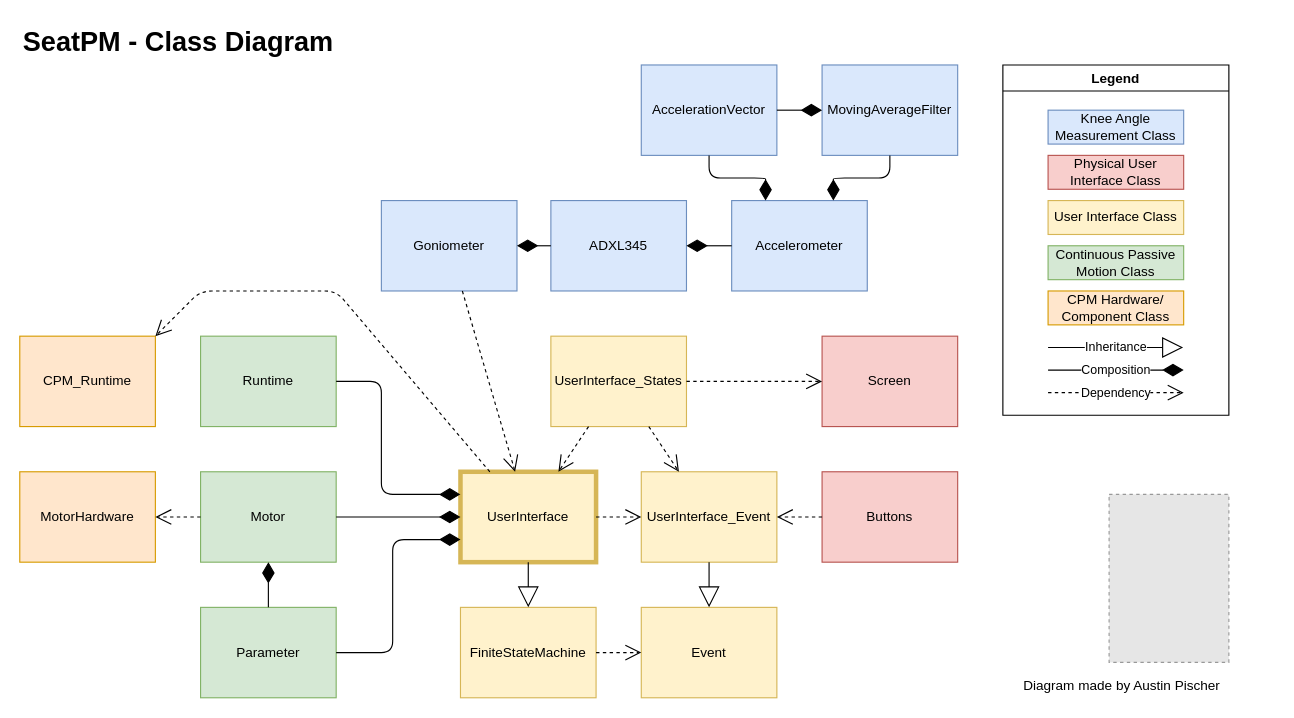
Above: Documentation/classdiagram.drawio in austinpischer/SeatPM (draw.io), before the change. Source tidied: cells renumbered, new cells numbered last; positions are measured from the earlier drawing's top-left corner, leaving out a move shared by most shapes. Both pictures are drawn from the tidied source at 113%, with x=0, y=0 at pixel (19, 19). Pictures stored in the file or linked from it are replaced by grey dashed boxes.
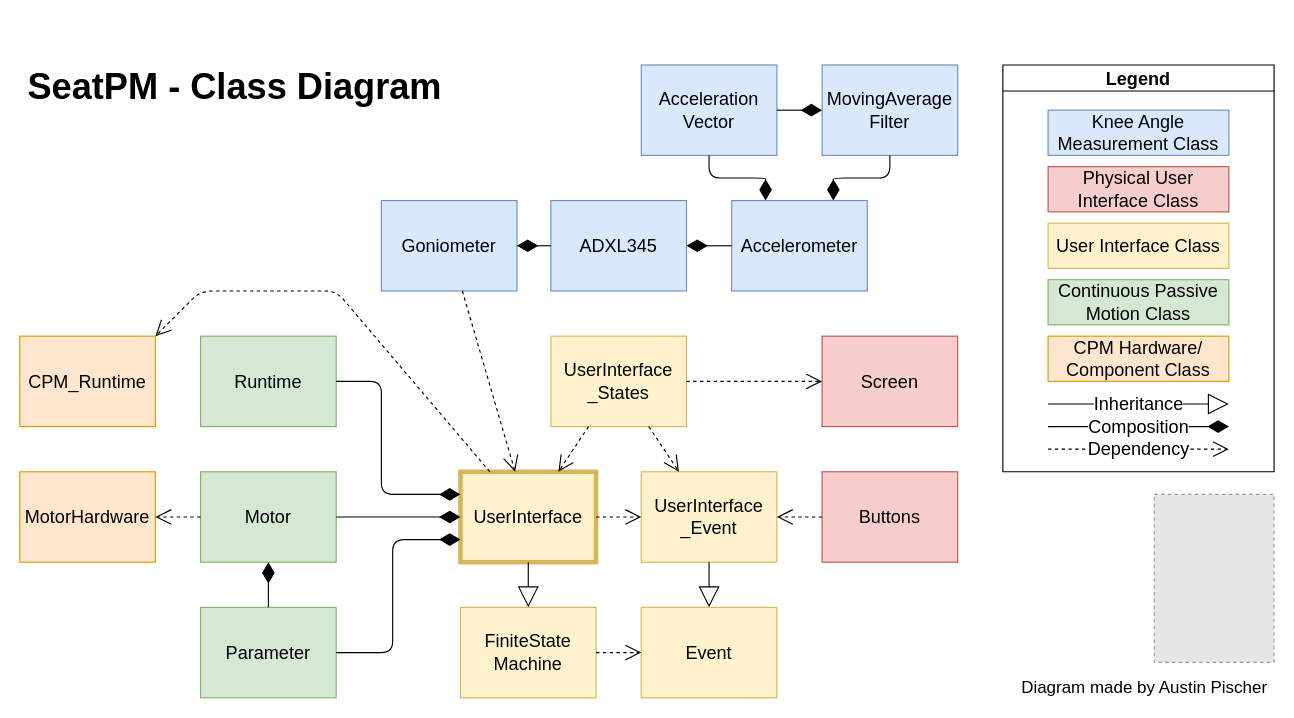
Above is the later version.

What changed in the source:
```diff
@@
-    <mxCell id="2" value="Buttons" style="rounded=0;whiteSpace=wrap;html=1;fillColor=#f8cecc;strokeColor=#b85450;" parent="1" vertex="1">
+    <mxCell id="2" value="Buttons" style="rounded=0;whiteSpace=wrap;html=1;fillColor=#f8cecc;strokeColor=#b85450;fontSize=16;horizontal=1;" parent="1" vertex="1">
       <mxGeometry x="710" y="400" width="120" height="80" as="geometry" />
     </mxCell>
-    <mxCell id="3" value="Screen" style="rounded=0;whiteSpace=wrap;html=1;fillColor=#f8cecc;strokeColor=#b85450;" parent="1" vertex="1">
+    <mxCell id="3" value="Screen" style="rounded=0;whiteSpace=wrap;html=1;fillColor=#f8cecc;strokeColor=#b85450;fontSize=16;horizontal=1;" parent="1" vertex="1">
       <mxGeometry x="710" y="280" width="120" height="80" as="geometry" />
     </mxCell>
-    <mxCell id="4" value="UserInterface" style="rounded=0;whiteSpace=wrap;html=1;strokeWidth=4;fillColor=#fff2cc;strokeColor=#d6b656;" parent="1" vertex="1">
+    <mxCell id="4" value="UserInterface" style="rounded=0;whiteSpace=wrap;html=1;strokeWidth=4;fillColor=#fff2cc;strokeColor=#d6b656;fontSize=16;horizontal=1;" parent="1" vertex="1">
       <mxGeometry x="390" y="400" width="120" height="80" as="geometry" />
     </mxCell>
-    <mxCell id="5" value="UserInterface_States" style="rounded=0;whiteSpace=wrap;html=1;fillColor=#fff2cc;strokeColor=#d6b656;" parent="1" vertex="1">
+    <mxCell id="5" value="UserInterface&lt;br style=&quot;font-size: 16px;&quot;&gt;_States" style="rounded=0;whiteSpace=wrap;html=1;fillColor=#fff2cc;strokeColor=#d6b656;fontSize=16;horizontal=1;" parent="1" vertex="1">
       <mxGeometry x="470" y="280" width="120" height="80" as="geometry" />
     </mxCell>
-    <mxCell id="6" value="Motor" style="rounded=0;whiteSpace=wrap;html=1;fillColor=#d5e8d4;strokeColor=#82b366;" parent="1" vertex="1">
+    <mxCell id="6" value="Motor" style="rounded=0;whiteSpace=wrap;html=1;fillColor=#d5e8d4;strokeColor=#82b366;fontSize=16;horizontal=1;" parent="1" vertex="1">
       <mxGeometry x="160" y="400" width="120" height="80" as="geometry" />
     </mxCell>
-    <mxCell id="7" value="MotorHardware" style="rounded=0;whiteSpace=wrap;html=1;fillColor=#ffe6cc;strokeColor=#d79b00;" parent="1" vertex="1">
+    <mxCell id="7" value="MotorHardware" style="rounded=0;whiteSpace=wrap;html=1;fillColor=#ffe6cc;strokeColor=#d79b00;fontSize=16;horizontal=1;" parent="1" vertex="1">
       <mxGeometry y="400" width="120" height="80" as="geometry" />
     </mxCell>
-    <mxCell id="8" value="Parameter" style="rounded=0;whiteSpace=wrap;html=1;fillColor=#d5e8d4;strokeColor=#82b366;" parent="1" vertex="1">
+    <mxCell id="8" value="Parameter" style="rounded=0;whiteSpace=wrap;html=1;fillColor=#d5e8d4;strokeColor=#82b366;fontSize=16;horizontal=1;" parent="1" vertex="1">
       <mxGeometry x="160" y="520" width="120" height="80" as="geometry" />
     </mxCell>
-    <mxCell id="9" value="Runtime" style="rounded=0;whiteSpace=wrap;html=1;fillColor=#d5e8d4;strokeColor=#82b366;" parent="1" vertex="1">
+    <mxCell id="9" value="Runtime" style="rounded=0;whiteSpace=wrap;html=1;fillColor=#d5e8d4;strokeColor=#82b366;fontSize=16;horizontal=1;" parent="1" vertex="1">
       <mxGeometry x="160" y="280" width="120" height="80" as="geometry" />
     </mxCell>
-    <mxCell id="10" value="CPM_Runtime" style="rounded=0;whiteSpace=wrap;html=1;fillColor=#ffe6cc;strokeColor=#d79b00;" parent="1" vertex="1">
+    <mxCell id="10" value="CPM_Runtime" style="rounded=0;whiteSpace=wrap;html=1;fillColor=#ffe6cc;strokeColor=#d79b00;fontSize=16;horizontal=1;" parent="1" vertex="1">
       <mxGeometry y="280" width="120" height="80" as="geometry" />
     </mxCell>
-    <mxCell id="11" value="Goniometer" style="rounded=0;whiteSpace=wrap;html=1;fillColor=#dae8fc;strokeColor=#6c8ebf;" parent="1" vertex="1">
+    <mxCell id="11" value="Goniometer" style="rounded=0;whiteSpace=wrap;html=1;fillColor=#dae8fc;strokeColor=#6c8ebf;fontSize=16;horizontal=1;" parent="1" vertex="1">
       <mxGeometry x="320" y="160" width="120" height="80" as="geometry" />
     </mxCell>
-    <mxCell id="12" value="ADXL345" style="rounded=0;whiteSpace=wrap;html=1;fillColor=#dae8fc;strokeColor=#6c8ebf;" parent="1" vertex="1">
+    <mxCell id="12" value="ADXL345" style="rounded=0;whiteSpace=wrap;html=1;fillColor=#dae8fc;strokeColor=#6c8ebf;fontSize=16;horizontal=1;" parent="1" vertex="1">
       <mxGeometry x="470" y="160" width="120" height="80" as="geometry" />
     </mxCell>
-    <mxCell id="13" value="FiniteStateMachine" style="rounded=0;whiteSpace=wrap;html=1;fillColor=#fff2cc;strokeColor=#d6b656;" parent="1" vertex="1">
+    <mxCell id="13" value="FiniteState&lt;br style=&quot;font-size: 16px;&quot;&gt;Machine" style="rounded=0;whiteSpace=wrap;html=1;fillColor=#fff2cc;strokeColor=#d6b656;fontSize=16;horizontal=1;" parent="1" vertex="1">
       <mxGeometry x="390" y="520" width="120" height="80" as="geometry" />
     </mxCell>
-    <mxCell id="14" value="UserInterface_Event" style="rounded=0;whiteSpace=wrap;html=1;fillColor=#fff2cc;strokeColor=#d6b656;" parent="1" vertex="1">
+    <mxCell id="14" value="UserInterface&lt;br style=&quot;font-size: 16px;&quot;&gt;_Event" style="rounded=0;whiteSpace=wrap;html=1;fillColor=#fff2cc;strokeColor=#d6b656;fontSize=16;horizontal=1;" parent="1" vertex="1">
       <mxGeometry x="550" y="400" width="120" height="80" as="geometry" />
     </mxCell>
-    <mxCell id="15" value="Event" style="rounded=0;whiteSpace=wrap;html=1;fillColor=#fff2cc;strokeColor=#d6b656;" parent="1" vertex="1">
+    <mxCell id="15" value="Event" style="rounded=0;whiteSpace=wrap;html=1;fillColor=#fff2cc;strokeColor=#d6b656;fontSize=16;horizontal=1;" parent="1" vertex="1">
       <mxGeometry x="550" y="520" width="120" height="80" as="geometry" />
     </mxCell>
-    <mxCell id="16" style="endArrow=block;endSize=16;endFill=0;html=1;" parent="1" edge="1" source="4" target="13">
+    <mxCell id="16" style="endArrow=block;endSize=16;endFill=0;html=1;fontSize=16;horizontal=1;" parent="1" edge="1" source="4" target="13">
       <mxGeometry relative="1" as="geometry" />
     </mxCell>
-    <mxCell id="17" style="endArrow=block;endSize=16;endFill=0;html=1;" parent="1" edge="1" source="14" target="15">
+    <mxCell id="17" style="endArrow=block;endSize=16;endFill=0;html=1;fontSize=16;horizontal=1;" parent="1" edge="1" source="14" target="15">
       <mxGeometry relative="1" as="geometry" />
     </mxCell>
-    <mxCell id="18" value="&lt;br&gt;" style="endArrow=open;endSize=12;dashed=1;html=1;strokeWidth=1;" parent="1" edge="1" source="4" target="14">
+    <mxCell id="18" value="&lt;br style=&quot;font-size: 16px;&quot;&gt;" style="endArrow=open;endSize=12;dashed=1;html=1;strokeWidth=1;fontSize=16;horizontal=1;" parent="1" edge="1" source="4" target="14">
       <mxGeometry relative="1" as="geometry" />
     </mxCell>
-    <mxCell id="19" value="&lt;br&gt;" style="endArrow=open;endSize=12;dashed=1;html=1;strokeWidth=1;" parent="1" edge="1" source="13" target="15">
+    <mxCell id="19" value="&lt;br style=&quot;font-size: 16px;&quot;&gt;" style="endArrow=open;endSize=12;dashed=1;html=1;strokeWidth=1;fontSize=16;horizontal=1;" parent="1" edge="1" source="13" target="15">
       <mxGeometry relative="1" as="geometry" />
     </mxCell>
-    <mxCell id="20" value="&lt;br&gt;" style="endArrow=open;endSize=12;dashed=1;html=1;strokeWidth=1;" parent="1" edge="1" source="2" target="14">
+    <mxCell id="20" value="&lt;br style=&quot;font-size: 16px;&quot;&gt;" style="endArrow=open;endSize=12;dashed=1;html=1;strokeWidth=1;fontSize=16;horizontal=1;" parent="1" edge="1" source="2" target="14">
       <mxGeometry relative="1" as="geometry" />
     </mxCell>
-    <mxCell id="21" value="&lt;br&gt;" style="endArrow=open;endSize=12;dashed=1;html=1;strokeWidth=1;" parent="1" edge="1" source="5" target="4">
+    <mxCell id="21" value="&lt;br style=&quot;font-size: 16px;&quot;&gt;" style="endArrow=open;endSize=12;dashed=1;html=1;strokeWidth=1;fontSize=16;horizontal=1;" parent="1" edge="1" source="5" target="4">
       <mxGeometry relative="1" as="geometry" />
     </mxCell>
-    <mxCell id="22" value="&lt;br&gt;" style="endArrow=open;endSize=12;dashed=1;html=1;strokeWidth=1;" parent="1" edge="1" source="5" target="14">
+    <mxCell id="22" value="&lt;br style=&quot;font-size: 16px;&quot;&gt;" style="endArrow=open;endSize=12;dashed=1;html=1;strokeWidth=1;fontSize=16;horizontal=1;" parent="1" edge="1" source="5" target="14">
       <mxGeometry relative="1" as="geometry" />
     </mxCell>
-    <mxCell id="23" value="&lt;br&gt;" style="endArrow=open;endSize=12;dashed=1;html=1;strokeWidth=1;" parent="1" edge="1" source="5" target="3">
+    <mxCell id="23" value="&lt;br style=&quot;font-size: 16px;&quot;&gt;" style="endArrow=open;endSize=12;dashed=1;html=1;strokeWidth=1;fontSize=16;horizontal=1;" parent="1" edge="1" source="5" target="3">
       <mxGeometry relative="1" as="geometry" />
     </mxCell>
-    <mxCell id="24" style="endArrow=none;html=1;edgeStyle=orthogonalEdgeStyle;startArrow=diamondThin;startFill=1;strokeWidth=1;endSize=6;startSize=16;exitX=0;exitY=0.5;exitDx=0;exitDy=0;" parent="1" edge="1" source="4" target="6">
+    <mxCell id="24" style="endArrow=none;html=1;edgeStyle=orthogonalEdgeStyle;startArrow=diamondThin;startFill=1;strokeWidth=1;endSize=6;startSize=16;exitX=0;exitY=0.5;exitDx=0;exitDy=0;fontSize=16;horizontal=1;" parent="1" edge="1" source="4" target="6">
       <mxGeometry relative="1" as="geometry" />
     </mxCell>
-    <mxCell id="25" style="endArrow=none;html=1;edgeStyle=orthogonalEdgeStyle;startArrow=diamondThin;startFill=1;strokeWidth=1;endSize=6;startSize=16;exitX=0;exitY=0.25;exitDx=0;exitDy=0;entryX=1;entryY=0.5;entryDx=0;entryDy=0;" parent="1" edge="1" source="4" target="9">
+    <mxCell id="25" style="endArrow=none;html=1;edgeStyle=orthogonalEdgeStyle;startArrow=diamondThin;startFill=1;strokeWidth=1;endSize=6;startSize=16;exitX=0;exitY=0.25;exitDx=0;exitDy=0;entryX=1;entryY=0.5;entryDx=0;entryDy=0;fontSize=16;horizontal=1;" parent="1" edge="1" source="4" target="9">
       <mxGeometry relative="1" as="geometry">
         <Array as="points">
           <mxPoint x="320" y="420" />
           <mxPoint x="320" y="320" />
         </Array>
       </mxGeometry>
     </mxCell>
-    <mxCell id="26" style="endArrow=none;html=1;edgeStyle=orthogonalEdgeStyle;startArrow=diamondThin;startFill=1;strokeWidth=1;endSize=6;startSize=16;exitX=0;exitY=0.75;exitDx=0;exitDy=0;entryX=1;entryY=0.5;entryDx=0;entryDy=0;" parent="1" edge="1" source="4" target="8">
+    <mxCell id="26" style="endArrow=none;html=1;edgeStyle=orthogonalEdgeStyle;startArrow=diamondThin;startFill=1;strokeWidth=1;endSize=6;startSize=16;exitX=0;exitY=0.75;exitDx=0;exitDy=0;entryX=1;entryY=0.5;entryDx=0;entryDy=0;fontSize=16;horizontal=1;" parent="1" edge="1" source="4" target="8">
       <mxGeometry relative="1" as="geometry">
         <Array as="points">
           <mxPoint x="330" y="460" />
           <mxPoint x="330" y="560" />
         </Array>
       </mxGeometry>
     </mxCell>
-    <mxCell id="27" style="endArrow=none;html=1;edgeStyle=orthogonalEdgeStyle;startArrow=diamondThin;startFill=1;strokeWidth=1;endSize=6;startSize=16;fontStyle=1;" parent="1" edge="1" source="6" target="8">
+    <mxCell id="27" style="endArrow=none;html=1;edgeStyle=orthogonalEdgeStyle;startArrow=diamondThin;startFill=1;strokeWidth=1;endSize=6;startSize=16;fontStyle=1;fontSize=16;horizontal=1;" parent="1" edge="1" source="6" target="8">
       <mxGeometry relative="1" as="geometry" />
     </mxCell>
-    <mxCell id="28" value="&lt;br&gt;" style="endArrow=open;endSize=12;dashed=1;html=1;strokeWidth=1;" parent="1" edge="1" source="6" target="7">
+    <mxCell id="28" value="&lt;br style=&quot;font-size: 16px;&quot;&gt;" style="endArrow=open;endSize=12;dashed=1;html=1;strokeWidth=1;fontSize=16;horizontal=1;" parent="1" edge="1" source="6" target="7">
       <mxGeometry relative="1" as="geometry" />
     </mxCell>
-    <mxCell id="29" value="&lt;br&gt;" style="endArrow=open;endSize=12;dashed=1;html=1;strokeWidth=1;entryX=1;entryY=0;entryDx=0;entryDy=0;" parent="1" edge="1" source="4" target="10">
+    <mxCell id="29" value="&lt;br style=&quot;font-size: 16px;&quot;&gt;" style="endArrow=open;endSize=12;dashed=1;html=1;strokeWidth=1;entryX=1;entryY=0;entryDx=0;entryDy=0;fontSize=16;horizontal=1;" parent="1" edge="1" source="4" target="10">
       <mxGeometry relative="1" as="geometry">
         <Array as="points">
           <mxPoint x="280" y="240" />
           <mxPoint x="160" y="240" />
         </Array>
       </mxGeometry>
     </mxCell>
-    <mxCell id="30" value="&lt;br&gt;" style="endArrow=open;endSize=12;dashed=1;html=1;strokeWidth=1;" parent="1" edge="1" source="11" target="4">
+    <mxCell id="30" value="&lt;br style=&quot;font-size: 16px;&quot;&gt;" style="endArrow=open;endSize=12;dashed=1;html=1;strokeWidth=1;fontSize=16;horizontal=1;" parent="1" edge="1" source="11" target="4">
       <mxGeometry relative="1" as="geometry" />
     </mxCell>
-    <mxCell id="31" value="Accelerometer" style="rounded=0;whiteSpace=wrap;html=1;fillColor=#dae8fc;strokeColor=#6c8ebf;" parent="1" vertex="1">
+    <mxCell id="31" value="Accelerometer" style="rounded=0;whiteSpace=wrap;html=1;fillColor=#dae8fc;strokeColor=#6c8ebf;fontSize=16;horizontal=1;" parent="1" vertex="1">
       <mxGeometry x="630" y="160" width="120" height="80" as="geometry" />
     </mxCell>
-    <mxCell id="32" value="AccelerationVector" style="rounded=0;whiteSpace=wrap;html=1;fillColor=#dae8fc;strokeColor=#6c8ebf;" parent="1" vertex="1">
+    <mxCell id="32" value="Acceleration&lt;br style=&quot;font-size: 16px;&quot;&gt;Vector" style="rounded=0;whiteSpace=wrap;html=1;fillColor=#dae8fc;strokeColor=#6c8ebf;fontSize=16;horizontal=1;" parent="1" vertex="1">
       <mxGeometry x="550" y="40" width="120" height="80" as="geometry" />
     </mxCell>
-    <mxCell id="33" value="MovingAverageFilter" style="rounded=0;whiteSpace=wrap;html=1;fillColor=#dae8fc;strokeColor=#6c8ebf;" parent="1" vertex="1">
+    <mxCell id="33" value="MovingAverage&lt;br style=&quot;font-size: 16px;&quot;&gt;Filter" style="rounded=0;whiteSpace=wrap;html=1;fillColor=#dae8fc;strokeColor=#6c8ebf;fontSize=16;horizontal=1;" parent="1" vertex="1">
       <mxGeometry x="710" y="40" width="120" height="80" as="geometry" />
     </mxCell>
-    <mxCell id="34" style="endArrow=none;html=1;edgeStyle=orthogonalEdgeStyle;startArrow=diamondThin;startFill=1;strokeWidth=1;endSize=6;startSize=16;fontStyle=1;" parent="1" edge="1" source="11" target="12">
+    <mxCell id="34" style="endArrow=none;html=1;edgeStyle=orthogonalEdgeStyle;startArrow=diamondThin;startFill=1;strokeWidth=1;endSize=6;startSize=16;fontStyle=1;fontSize=16;horizontal=1;" parent="1" edge="1" source="11" target="12">
       <mxGeometry relative="1" as="geometry" />
     </mxCell>
-    <mxCell id="35" style="endArrow=none;html=1;edgeStyle=orthogonalEdgeStyle;startArrow=diamondThin;startFill=1;strokeWidth=1;endSize=6;startSize=16;fontStyle=1;" parent="1" edge="1" source="12" target="31">
+    <mxCell id="35" style="endArrow=none;html=1;edgeStyle=orthogonalEdgeStyle;startArrow=diamondThin;startFill=1;strokeWidth=1;endSize=6;startSize=16;fontStyle=1;fontSize=16;horizontal=1;" parent="1" edge="1" source="12" target="31">
       <mxGeometry relative="1" as="geometry" />
     </mxCell>
-    <mxCell id="36" style="endArrow=none;html=1;edgeStyle=orthogonalEdgeStyle;startArrow=diamondThin;startFill=1;strokeWidth=1;endSize=6;startSize=16;fontStyle=1;exitX=0.25;exitY=0;exitDx=0;exitDy=0;" parent="1" edge="1" source="31" target="32">
+    <mxCell id="36" style="endArrow=none;html=1;edgeStyle=orthogonalEdgeStyle;startArrow=diamondThin;startFill=1;strokeWidth=1;endSize=6;startSize=16;fontStyle=1;exitX=0.25;exitY=0;exitDx=0;exitDy=0;fontSize=16;horizontal=1;" parent="1" edge="1" source="31" target="32">
       <mxGeometry relative="1" as="geometry" />
     </mxCell>
-    <mxCell id="37" style="endArrow=none;html=1;edgeStyle=orthogonalEdgeStyle;startArrow=diamondThin;startFill=1;strokeWidth=1;endSize=6;startSize=16;fontStyle=1;exitX=0.75;exitY=0;exitDx=0;exitDy=0;" parent="1" edge="1" source="31" target="33">
+    <mxCell id="37" style="endArrow=none;html=1;edgeStyle=orthogonalEdgeStyle;startArrow=diamondThin;startFill=1;strokeWidth=1;endSize=6;startSize=16;fontStyle=1;exitX=0.75;exitY=0;exitDx=0;exitDy=0;fontSize=16;horizontal=1;" parent="1" edge="1" source="31" target="33">
       <mxGeometry relative="1" as="geometry">
         <Array as="points">
           <mxPoint x="720" y="140" />
           <mxPoint x="770" y="140" />
         </Array>
       </mxGeometry>
     </mxCell>
-    <mxCell id="38" style="endArrow=none;html=1;edgeStyle=orthogonalEdgeStyle;startArrow=diamondThin;startFill=1;strokeWidth=1;endSize=6;startSize=16;fontStyle=1;exitX=0;exitY=0.5;exitDx=0;exitDy=0;" parent="1" edge="1" source="33" target="32">
+    <mxCell id="38" style="endArrow=none;html=1;edgeStyle=orthogonalEdgeStyle;startArrow=diamondThin;startFill=1;strokeWidth=1;endSize=6;startSize=16;fontStyle=1;exitX=0;exitY=0.5;exitDx=0;exitDy=0;fontSize=16;horizontal=1;" parent="1" edge="1" source="33" target="32">
       <mxGeometry relative="1" as="geometry" />
     </mxCell>
-    <mxCell id="39" value="Legend" style="swimlane;strokeWidth=1;" parent="1" vertex="1">
-      <mxGeometry x="870" y="40" width="200" height="310" as="geometry" />
+    <mxCell id="39" value="Legend" style="swimlane;strokeWidth=1;fontSize=16;horizontal=1;" parent="1" vertex="1">
+      <mxGeometry x="870" y="40" width="240" height="360" as="geometry" />
     </mxCell>
-    <mxCell id="40" value="Knee Angle Measurement Class" style="rounded=0;whiteSpace=wrap;html=1;fillColor=#dae8fc;strokeColor=#6c8ebf;" parent="39" vertex="1">
-      <mxGeometry x="40" y="40" width="120" height="30" as="geometry" />
+    <mxCell id="40" value="Knee Angle Measurement Class" style="rounded=0;whiteSpace=wrap;html=1;fillColor=#dae8fc;strokeColor=#6c8ebf;fontSize=16;horizontal=1;" parent="39" vertex="1">
+      <mxGeometry x="40" y="40" width="160" height="40" as="geometry" />
     </mxCell>
-    <mxCell id="41" value="Physical User Interface Class" style="rounded=0;whiteSpace=wrap;html=1;fillColor=#f8cecc;strokeColor=#b85450;" parent="39" vertex="1">
-      <mxGeometry x="40" y="80" width="120" height="30" as="geometry" />
+    <mxCell id="41" value="Physical User Interface Class" style="rounded=0;whiteSpace=wrap;html=1;fillColor=#f8cecc;strokeColor=#b85450;fontSize=16;horizontal=1;" parent="39" vertex="1">
+      <mxGeometry x="40" y="90" width="160" height="40" as="geometry" />
     </mxCell>
-    <mxCell id="42" value="User Interface Class" style="rounded=0;whiteSpace=wrap;html=1;fillColor=#fff2cc;strokeColor=#d6b656;" parent="39" vertex="1">
-      <mxGeometry x="40" y="120" width="120" height="30" as="geometry" />
+    <mxCell id="42" value="User Interface Class" style="rounded=0;whiteSpace=wrap;html=1;fillColor=#fff2cc;strokeColor=#d6b656;fontSize=16;horizontal=1;" parent="39" vertex="1">
+      <mxGeometry x="40" y="140" width="160" height="40" as="geometry" />
     </mxCell>
-    <mxCell id="43" value="Continuous Passive Motion Class" style="rounded=0;whiteSpace=wrap;html=1;fillColor=#d5e8d4;strokeColor=#82b366;" parent="39" vertex="1">
-      <mxGeometry x="40" y="160" width="120" height="30" as="geometry" />
+    <mxCell id="43" value="Continuous Passive Motion Class" style="rounded=0;whiteSpace=wrap;html=1;fillColor=#d5e8d4;strokeColor=#82b366;fontSize=16;horizontal=1;" parent="39" vertex="1">
+      <mxGeometry x="40" y="190" width="160" height="40" as="geometry" />
     </mxCell>
-    <mxCell id="44" value="CPM Hardware/ Component Class" style="rounded=0;whiteSpace=wrap;html=1;fillColor=#ffe6cc;strokeColor=#d79b00;" parent="39" vertex="1">
-      <mxGeometry x="40" y="200" width="120" height="30" as="geometry" />
+    <mxCell id="44" value="CPM Hardware/ Component Class" style="rounded=0;whiteSpace=wrap;html=1;fillColor=#ffe6cc;strokeColor=#d79b00;fontSize=16;horizontal=1;" parent="39" vertex="1">
+      <mxGeometry x="40" y="240" width="160" height="40" as="geometry" />
     </mxCell>
-    <mxCell id="45" value="Composition" style="endArrow=none;html=1;edgeStyle=orthogonalEdgeStyle;startArrow=diamondThin;startFill=1;strokeWidth=1;endSize=6;startSize=16;fontStyle=0;exitX=0;exitY=0.5;exitDx=0;exitDy=0;" parent="39" edge="1">
+    <mxCell id="45" value="Composition" style="endArrow=none;html=1;edgeStyle=orthogonalEdgeStyle;startArrow=diamondThin;startFill=1;strokeWidth=1;endSize=6;startSize=16;fontStyle=0;fontSize=16;horizontal=1;" parent="39" edge="1">
       <mxGeometry relative="1" as="geometry">
-        <mxPoint x="160" y="270" as="sourcePoint" />
-        <mxPoint x="40" y="270" as="targetPoint" />
+        <mxPoint x="200" y="320" as="sourcePoint" />
+        <mxPoint x="40" y="320" as="targetPoint" />
       </mxGeometry>
     </mxCell>
-    <mxCell id="46" value="Dependency" style="endArrow=open;endSize=12;dashed=1;html=1;strokeWidth=1;" parent="39" edge="1">
+    <mxCell id="46" value="Dependency" style="endArrow=open;endSize=12;dashed=1;html=1;strokeWidth=1;fontSize=16;horizontal=1;" parent="39" edge="1">
       <mxGeometry relative="1" as="geometry">
-        <mxPoint x="40" y="290" as="sourcePoint" />
-        <mxPoint x="160" y="290" as="targetPoint" />
+        <mxPoint x="40" y="340" as="sourcePoint" />
+        <mxPoint x="200" y="340" as="targetPoint" />
       </mxGeometry>
     </mxCell>
-    <mxCell id="47" value="Inheritance" style="endArrow=block;endSize=16;endFill=0;html=1;" parent="39" edge="1">
+    <mxCell id="47" value="Inheritance" style="endArrow=block;endSize=16;endFill=0;html=1;fontSize=16;horizontal=1;" parent="39" edge="1">
       <mxGeometry relative="1" as="geometry">
-        <mxPoint x="40" y="250" as="sourcePoint" />
-        <mxPoint x="159.5" y="250" as="targetPoint" />
+        <mxPoint x="40" y="300" as="sourcePoint" />
+        <mxPoint x="200" y="300" as="targetPoint" />
       </mxGeometry>
     </mxCell>
-    <mxCell id="48" value="SeatPM - Class Diagram" style="text;strokeColor=none;fillColor=none;html=1;fontSize=24;fontStyle=1;verticalAlign=middle;align=center;" parent="1" vertex="1">
-      <mxGeometry width="280" height="40" as="geometry" />
+    <mxCell id="48" value="SeatPM - Class Diagram" style="text;strokeColor=none;fillColor=none;html=1;fontSize=32;fontStyle=1;verticalAlign=middle;align=center;" parent="1" vertex="1">
+      <mxGeometry x="50" y="40" width="280" height="40" as="geometry" />
     </mxCell>
-    <mxCell id="49" value="Diagram made by Austin Pischer" style="text;html=1;align=center;verticalAlign=middle;" parent="1" vertex="1">
-      <mxGeometry x="880" y="580" width="190" height="20" as="geometry" />
+    <mxCell id="49" value="Diagram made by Austin Pischer" style="text;html=1;align=center;verticalAlign=middle;fontSize=15;horizontal=1;" parent="1" vertex="1">
+      <mxGeometry x="880" y="580" width="230" height="20" as="geometry" />
     </mxCell>
-    <mxCell id="50" style="fillColor=#E6E6E6;strokeColor=#999999;dashed=1;" parent="1" vertex="1">
-      <mxGeometry x="964" y="420" width="106" height="148.7" as="geometry" />
+    <mxCell id="50" style="fillColor=#E6E6E6;strokeColor=#999999;dashed=1;fontSize=16;" parent="1" vertex="1">
+      <mxGeometry x="1004" y="420" width="106" height="148.7" as="geometry" />
     </mxCell>
```
